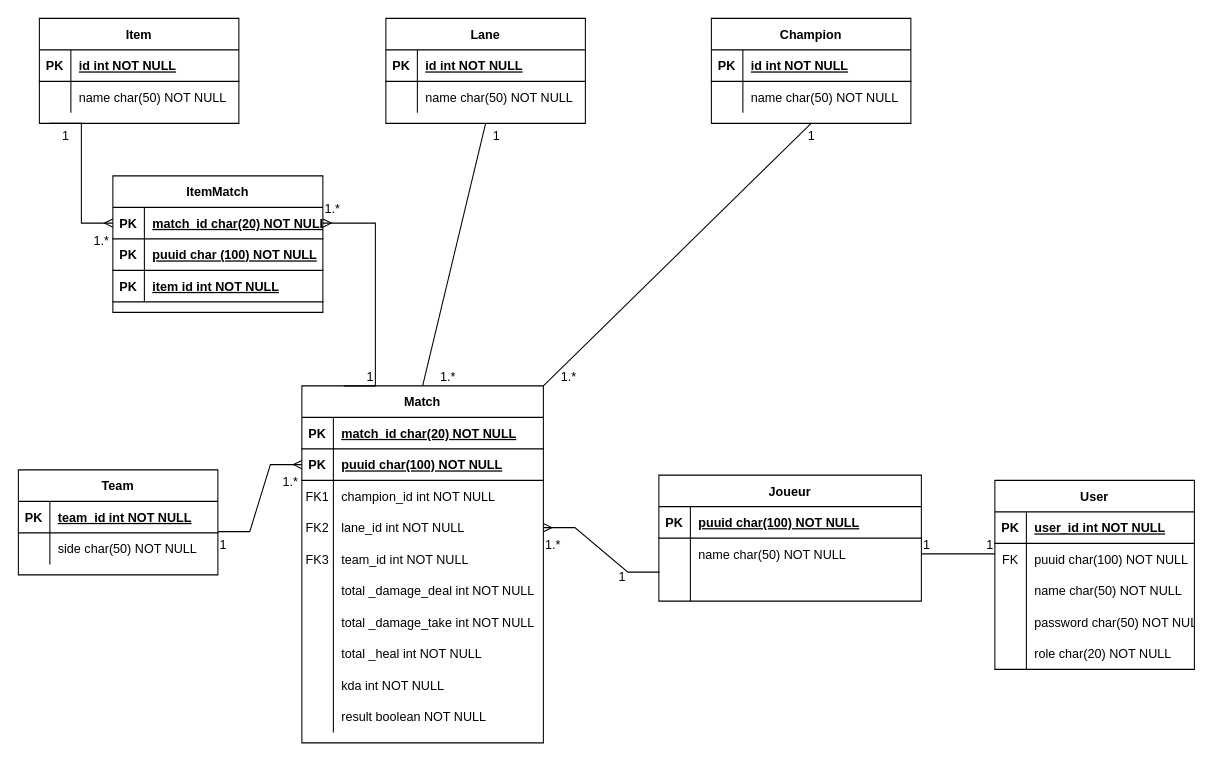
Niyo-D-JC/HelpWork keeps this draw.io diagram as Image Prod/Diagramme de donnees.drawio. Above is the earlier version. Source tidied: cells renumbered, new cells numbered last; positions are measured from the earlier drawing's top-left corner, leaving out a move shared by most shapes. Both pictures are drawn from the tidied source at 105%, with x=0, y=0 at pixel (18, 18).
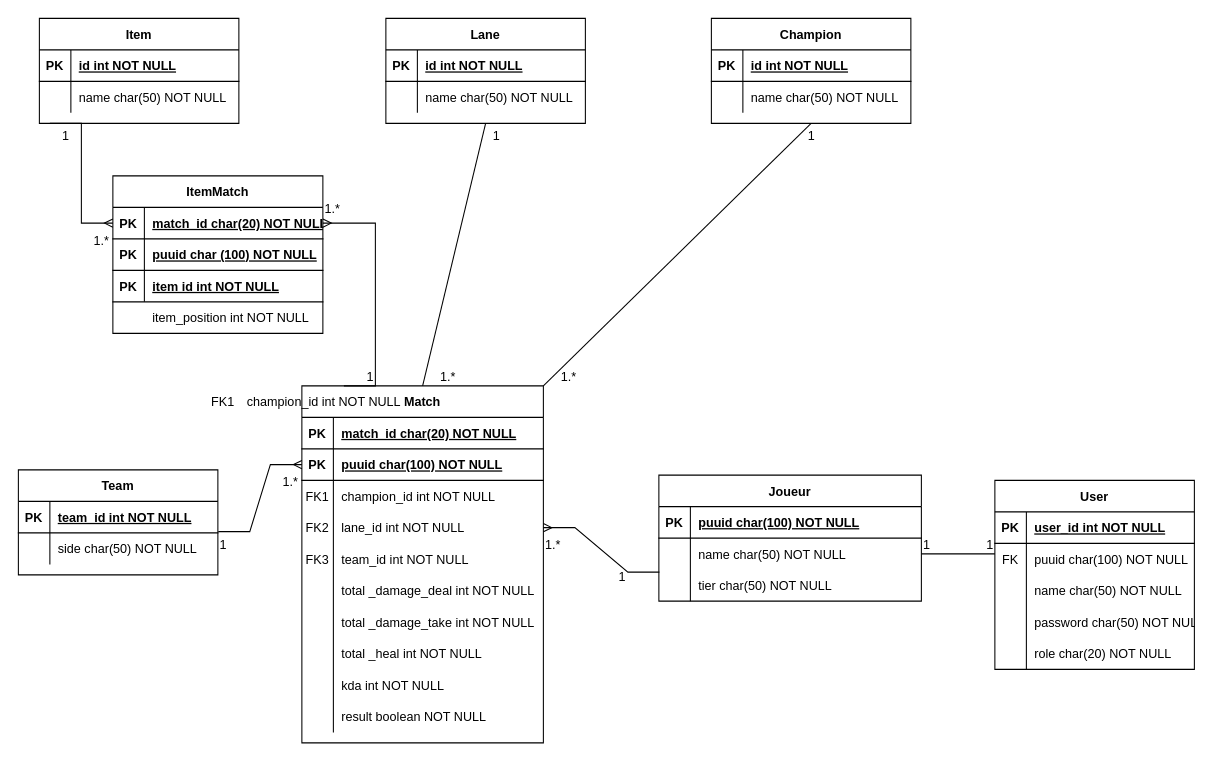
The same diagram, later.

Commit message:
Mettre à jour Diagramme de donnees.drawio

The change refers to these unchanged cells:
```xml
<mxCell id="9" style="shape=partialRectangle;fillColor=none;points=[[0,0.5],[1,0.5]];portConstraint=eastwest;top=0;left=0;right=0;bottom=0;" parent="2" vertex="1">
  <mxGeometry y="90" width="250" height="30" as="geometry" />
</mxCell>
```

Diff of the diagram source:
```diff
@@
-    <mxCell id="11" style="shape=partialRectangle;overflow=hidden;fillColor=none;top=0;left=0;bottom=0;right=0;align=left;spacingLeft=6;" parent="9" vertex="1">
+    <mxCell id="11" value="tier char(50) NOT NULL" style="shape=partialRectangle;overflow=hidden;fillColor=none;top=0;left=0;bottom=0;right=0;align=left;spacingLeft=6;" parent="9" vertex="1">
       <mxGeometry x="30" width="220" height="30" as="geometry" />
     </mxCell>
@@
     <mxCell id="100" value="ItemMatch" style="shape=table;startSize=30;childLayout=tableLayout;rowLines=0;fontStyle=1;align=center;" parent="1" vertex="1">
-      <mxGeometry x="90" y="150" width="200" height="130" as="geometry" />
+      <mxGeometry x="90" y="150" width="200" height="150" as="geometry" />
     </mxCell>
@@
+    <mxCell id="119" value="FK1" style="shape=partialRectangle;overflow=hidden;fillColor=none;top=0;left=0;bottom=0;right=0;" parent="1" vertex="1">
+      <mxGeometry x="180" y="350" width="30" height="30" as="geometry" />
+    </mxCell>
+    <mxCell id="120" value="champion_id int NOT NULL" style="shape=partialRectangle;overflow=hidden;fillColor=none;top=0;left=0;bottom=0;right=0;align=left;spacingLeft=6;" parent="1" vertex="1">
+      <mxGeometry x="210" y="350" width="200" height="30" as="geometry" />
+    </mxCell>
+    <mxCell id="121" value="item_position int NOT NULL" style="shape=partialRectangle;overflow=hidden;fillColor=none;top=0;left=0;bottom=0;right=0;align=left;spacingLeft=6;" parent="1" vertex="1">
+      <mxGeometry x="120" y="270" width="160" height="30" as="geometry" />
+    </mxCell>
```
